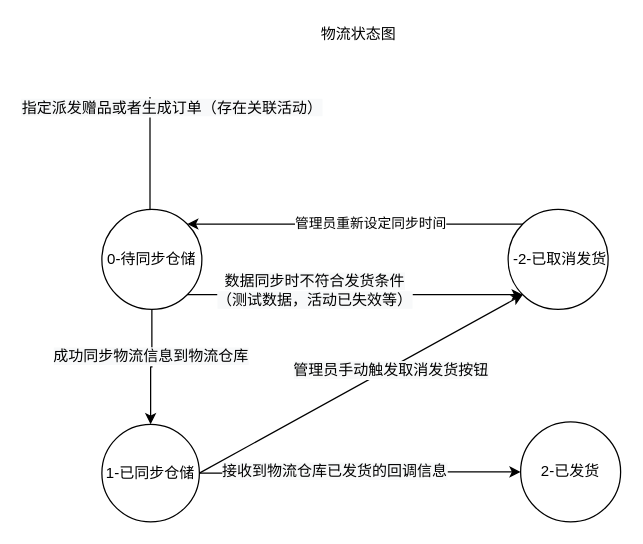
Before: 物流状态图2.drawio in 17864293318/document, a draw.io diagram. Source tidied: cells renumbered, new cells numbered last; positions are measured from the earlier drawing's top-left corner, leaving out a move shared by most shapes. Both pictures are drawn from the tidied source at 125%, with x=0, y=0 at pixel (101, 21).
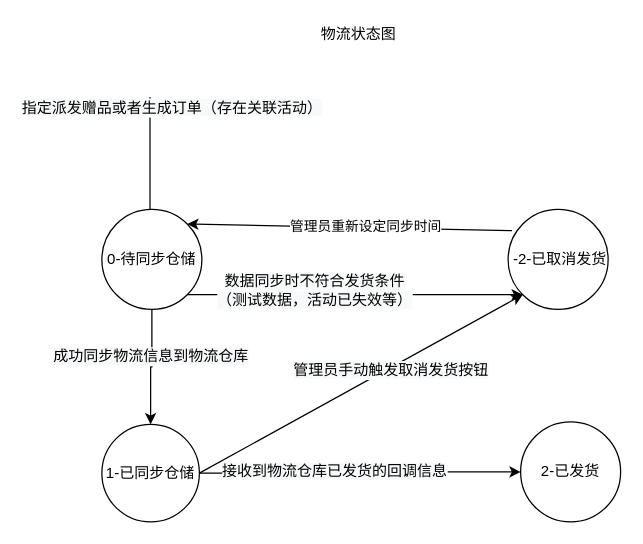
The same page after the edit.

Commit message:
Update 物流状态图2.drawio

The change refers to these unchanged cells:
```xml
<mxCell id="8" value="&lt;span&gt;0-待同步仓储&lt;/span&gt;" style="ellipse;whiteSpace=wrap;html=1;" parent="1" vertex="1">
  <mxGeometry y="150" width="80" height="80" as="geometry" />
</mxCell>
<mxCell id="13" value="&lt;span style=&quot;font-family: &amp;#34;helvetica&amp;#34;&quot;&gt;&amp;nbsp;&lt;/span&gt;&lt;span style=&quot;font-family: &amp;#34;helvetica&amp;#34;&quot;&gt;-2-已取消发货&lt;/span&gt;" style="ellipse;whiteSpace=wrap;html=1;" parent="1" vertex="1">
  <mxGeometry x="325" y="150" width="80" height="80" as="geometry" />
</mxCell>
```

The edit, as a diff of the source:
```diff
@@
-    <mxCell id="17" style="endArrow=classic;html=1;entryX=1;entryY=0;entryDx=0;entryDy=0;exitX=0;exitY=0;exitDx=0;exitDy=0;" parent="1" edge="1" source="13" target="8">
+    <mxCell id="17" style="endArrow=classic;html=1;entryX=1;entryY=0;entryDx=0;entryDy=0;exitX=0.038;exitY=0.213;exitDx=0;exitDy=0;exitPerimeter=0;" parent="1" edge="1" source="13" target="8">
       <mxGeometry relative="1" as="geometry" />
     </mxCell>
```
